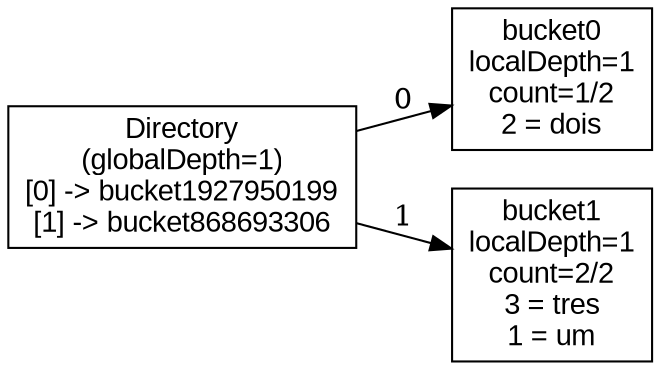
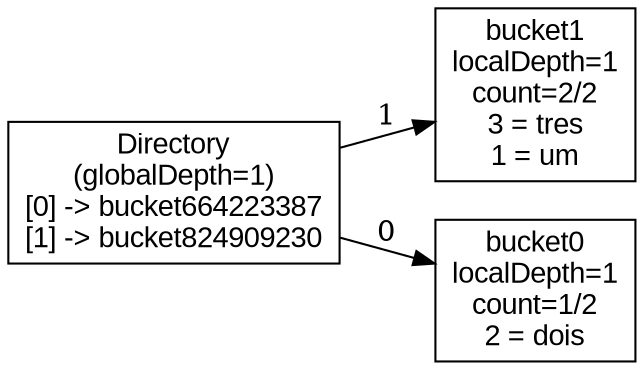
digraph "test3_split" {
  rankdir=LR;
  node [shape=box, fontname=Arial];
-   dir [label="Directory\n(globalDepth=1)\n[0] -> bucket1927950199\n[1] -> bucket868693306\n"];
+   dir [label="Directory\n(globalDepth=1)\n[0] -> bucket664223387\n[1] -> bucket824909230\n"];
+   bucket1 [label="bucket1\nlocalDepth=1\ncount=2/2\n3 = tres\n1 = um\n"];
  bucket0 [label="bucket0\nlocalDepth=1\ncount=1/2\n2 = dois\n"];
-   bucket1 [label="bucket1\nlocalDepth=1\ncount=2/2\n3 = tres\n1 = um\n"];
  dir -> bucket0 [label="0"];
  dir -> bucket1 [label="1"];
}
